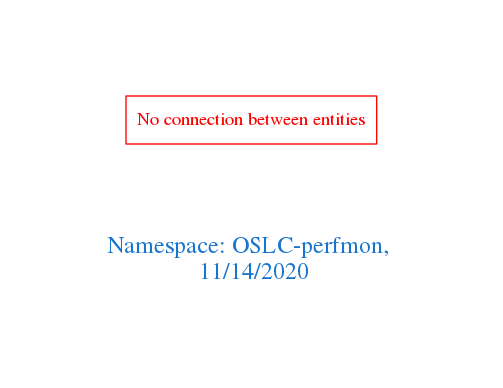
arago/OGIT keeps this Graphviz diagram as downloads/OSLC-perfmon.png. Above is the earlier version. Its source is kept beside it as downloads/OSLC-perfmon.dot.
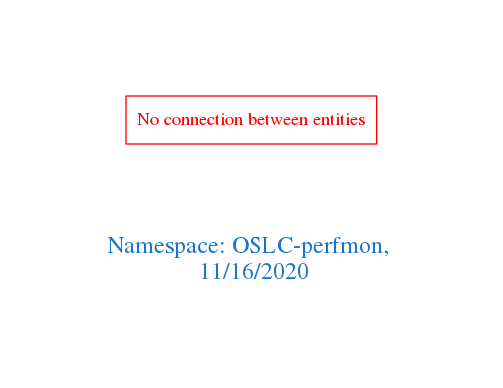
The same diagram one commit later.

What changed in the source:
```diff
@@ -1,7 +1,7 @@
 digraph OGIT_ontology {
  graph [ rankdir= LR,pad=1
 fontsize = 18,
-fontcolor= dodgerblue3,label = "\n\n\nNamespace: OSLC-perfmon, \n 11/14/2020"];
+fontcolor= dodgerblue3,label = "\n\n\nNamespace: OSLC-perfmon, \n 11/16/2020"];
 node[shape=polygon];
 edge [  color="gray81"];
 
```
